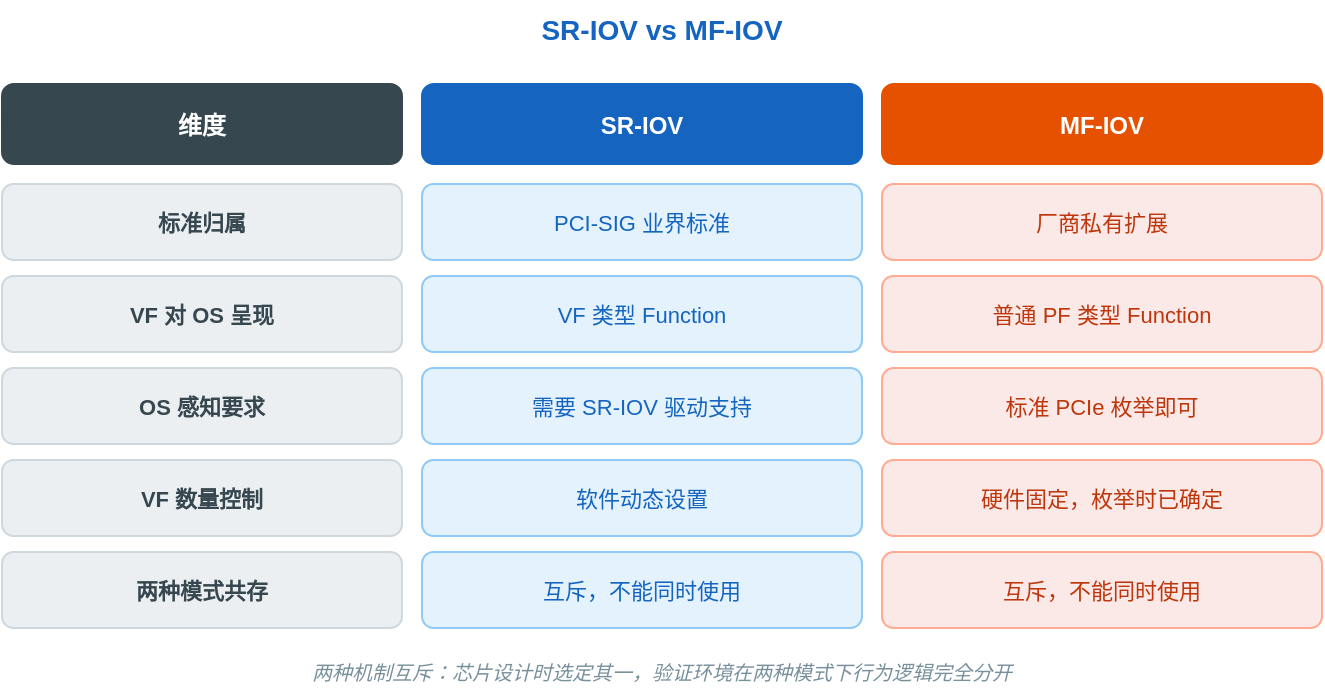
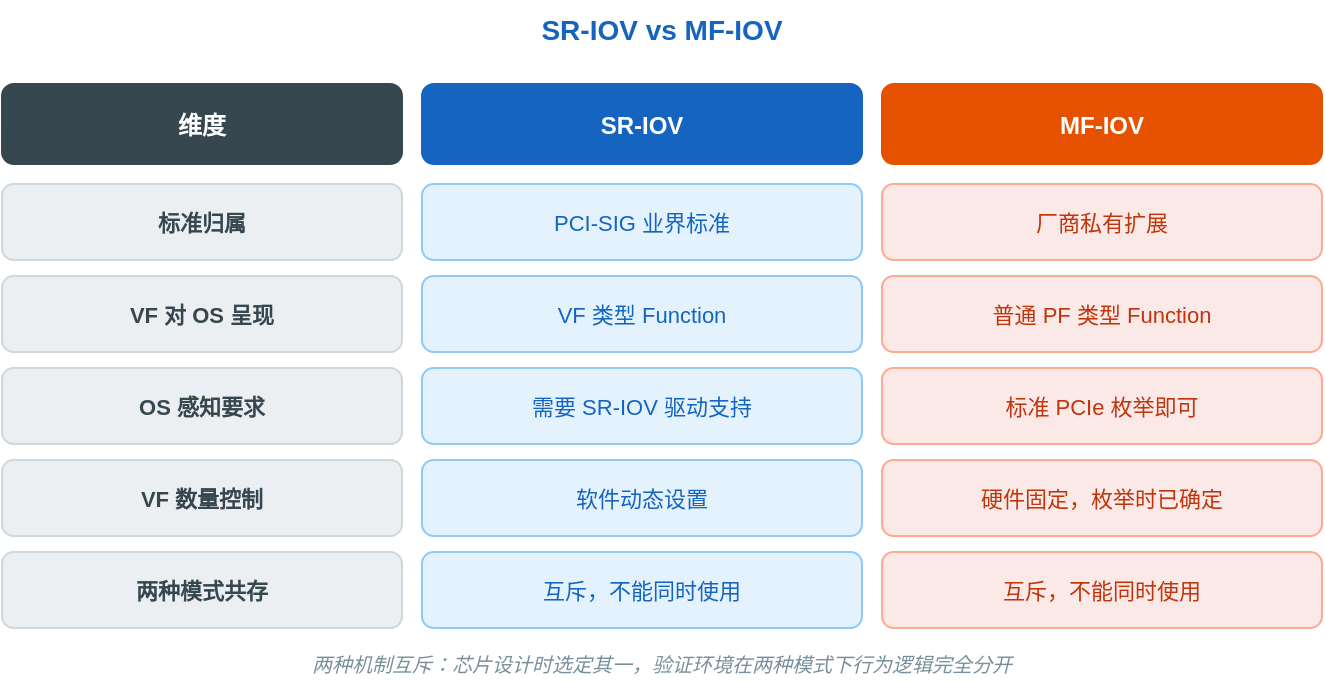
<mxGraphModel><root><mxCell id="0"/><mxCell id="1" parent="0"/>
<mxCell id="t" value="SR-IOV  vs  MF-IOV" style="text;align=center;fontColor=#1565C0;fontSize=14;fontStyle=1;" vertex="1" parent="1"><mxGeometry x="10" y="10" width="660" height="30" as="geometry"/></mxCell>
<mxCell id="h1" value="维度" style="rounded=1;fillColor=#37474F;fontColor=#ffffff;strokeColor=#37474F;fontSize=12;fontStyle=1;" vertex="1" parent="1"><mxGeometry x="10" y="52" width="200" height="40" as="geometry"/></mxCell>
<mxCell id="h2" value="SR-IOV" style="rounded=1;fillColor=#1565C0;fontColor=#ffffff;strokeColor=#1565C0;fontSize=12;fontStyle=1;" vertex="1" parent="1"><mxGeometry x="220" y="52" width="220" height="40" as="geometry"/></mxCell>
<mxCell id="h3" value="MF-IOV" style="rounded=1;fillColor=#E65100;fontColor=#ffffff;strokeColor=#E65100;fontSize=12;fontStyle=1;" vertex="1" parent="1"><mxGeometry x="450" y="52" width="220" height="40" as="geometry"/></mxCell>
<mxCell id="r1a" value="标准归属" style="rounded=1;fillColor=#ECEFF1;fontColor=#37474F;strokeColor=#CFD8DC;fontSize=11;fontStyle=1;" vertex="1" parent="1"><mxGeometry x="10" y="102" width="200" height="38" as="geometry"/></mxCell>
<mxCell id="r1b" value="PCI-SIG 业界标准" style="rounded=1;fillColor=#E3F2FD;fontColor=#1565C0;strokeColor=#90CAF9;fontSize=11;" vertex="1" parent="1"><mxGeometry x="220" y="102" width="220" height="38" as="geometry"/></mxCell>
<mxCell id="r1c" value="厂商私有扩展" style="rounded=1;fillColor=#FBE9E7;fontColor=#BF360C;strokeColor=#FFAB91;fontSize=11;" vertex="1" parent="1"><mxGeometry x="450" y="102" width="220" height="38" as="geometry"/></mxCell>
<mxCell id="r2a" value="VF 对 OS 呈现" style="rounded=1;fillColor=#ECEFF1;fontColor=#37474F;strokeColor=#CFD8DC;fontSize=11;fontStyle=1;" vertex="1" parent="1"><mxGeometry x="10" y="148" width="200" height="38" as="geometry"/></mxCell>
<mxCell id="r2b" value="VF 类型 Function" style="rounded=1;fillColor=#E3F2FD;fontColor=#1565C0;strokeColor=#90CAF9;fontSize=11;" vertex="1" parent="1"><mxGeometry x="220" y="148" width="220" height="38" as="geometry"/></mxCell>
<mxCell id="r2c" value="普通 PF 类型 Function" style="rounded=1;fillColor=#FBE9E7;fontColor=#BF360C;strokeColor=#FFAB91;fontSize=11;" vertex="1" parent="1"><mxGeometry x="450" y="148" width="220" height="38" as="geometry"/></mxCell>
<mxCell id="r3a" value="OS 感知要求" style="rounded=1;fillColor=#ECEFF1;fontColor=#37474F;strokeColor=#CFD8DC;fontSize=11;fontStyle=1;" vertex="1" parent="1"><mxGeometry x="10" y="194" width="200" height="38" as="geometry"/></mxCell>
<mxCell id="r3b" value="需要 SR-IOV 驱动支持" style="rounded=1;fillColor=#E3F2FD;fontColor=#1565C0;strokeColor=#90CAF9;fontSize=11;" vertex="1" parent="1"><mxGeometry x="220" y="194" width="220" height="38" as="geometry"/></mxCell>
<mxCell id="r3c" value="标准 PCIe 枚举即可" style="rounded=1;fillColor=#FBE9E7;fontColor=#BF360C;strokeColor=#FFAB91;fontSize=11;" vertex="1" parent="1"><mxGeometry x="450" y="194" width="220" height="38" as="geometry"/></mxCell>
<mxCell id="r4a" value="VF 数量控制" style="rounded=1;fillColor=#ECEFF1;fontColor=#37474F;strokeColor=#CFD8DC;fontSize=11;fontStyle=1;" vertex="1" parent="1"><mxGeometry x="10" y="240" width="200" height="38" as="geometry"/></mxCell>
<mxCell id="r4b" value="软件动态设置" style="rounded=1;fillColor=#E3F2FD;fontColor=#1565C0;strokeColor=#90CAF9;fontSize=11;" vertex="1" parent="1"><mxGeometry x="220" y="240" width="220" height="38" as="geometry"/></mxCell>
<mxCell id="r4c" value="硬件固定，枚举时已确定" style="rounded=1;fillColor=#FBE9E7;fontColor=#BF360C;strokeColor=#FFAB91;fontSize=11;" vertex="1" parent="1"><mxGeometry x="450" y="240" width="220" height="38" as="geometry"/></mxCell>
<mxCell id="r5a" value="两种模式共存" style="rounded=1;fillColor=#ECEFF1;fontColor=#37474F;strokeColor=#CFD8DC;fontSize=11;fontStyle=1;" vertex="1" parent="1"><mxGeometry x="10" y="286" width="200" height="38" as="geometry"/></mxCell>
<mxCell id="r5b" value="互斥，不能同时使用" style="rounded=1;fillColor=#E3F2FD;fontColor=#1565C0;strokeColor=#90CAF9;fontSize=11;" vertex="1" parent="1"><mxGeometry x="220" y="286" width="220" height="38" as="geometry"/></mxCell>
<mxCell id="r5c" value="互斥，不能同时使用" style="rounded=1;fillColor=#FBE9E7;fontColor=#BF360C;strokeColor=#FFAB91;fontSize=11;" vertex="1" parent="1"><mxGeometry x="450" y="286" width="220" height="38" as="geometry"/></mxCell>
- <mxCell id="note" value="两种机制互斥：芯片设计时选定其一，验证环境在两种模式下行为逻辑完全分开" style="text;align=center;fontColor=#78909C;fontSize=10;fontStyle=2;" vertex="1" parent="1"><mxGeometry x="10" y="334" width="660" height="20" as="geometry"/></mxCell>
+ <mxCell id="note" value="两种机制互斥：芯片设计时选定其一，验证环境在两种模式下行为逻辑完全分开" style="text;align=center;fontColor=#78909C;fontSize=10;fontStyle=2;" vertex="1" parent="1"><mxGeometry x="10" y="330" width="660" height="20" as="geometry"/></mxCell>
</root></mxGraphModel>
